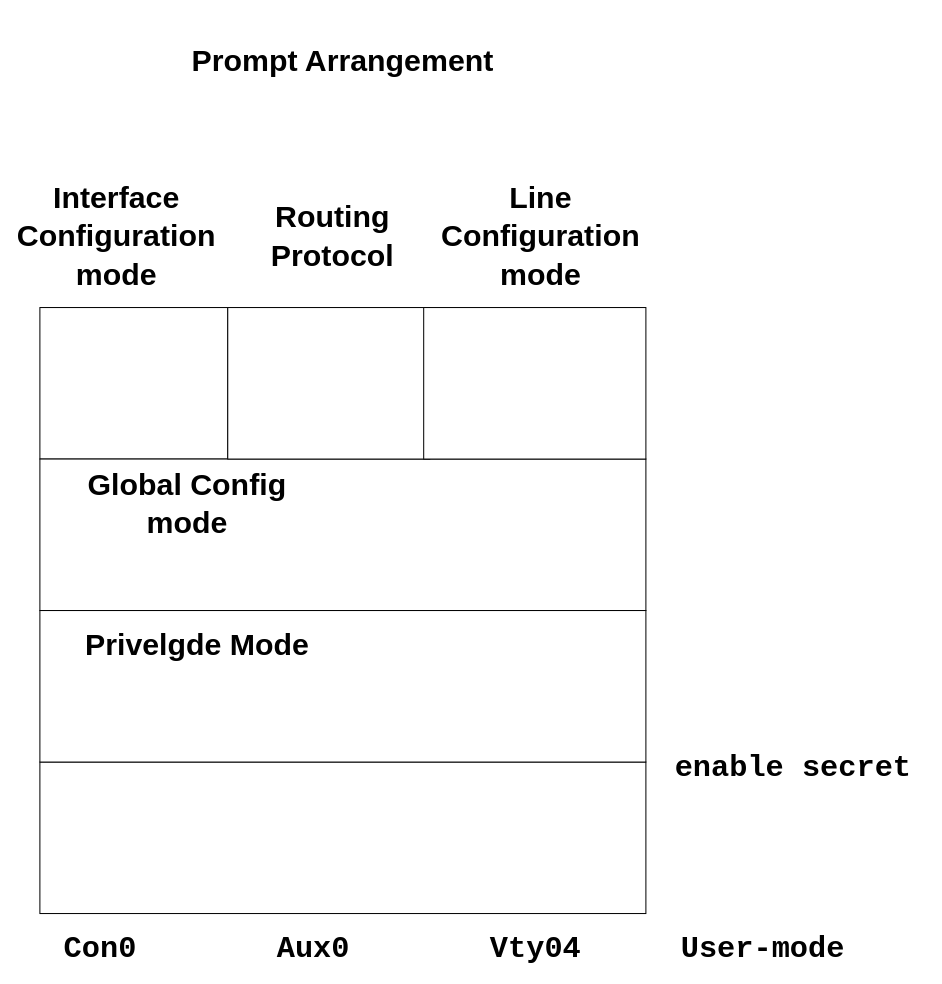
The draw.io diagram page "Page-4" (4 of 4) of fcn-docs/day5/day5.drawio in utkarshpratap2002/learnedinDITISS, before the edit. Source tidied: cells renumbered, new cells numbered last; positions are measured from the earlier drawing's top-left corner, leaving out a move shared by most shapes. Both pictures are drawn from the tidied source at 101%, with x=0, y=0 at pixel (25, 44).
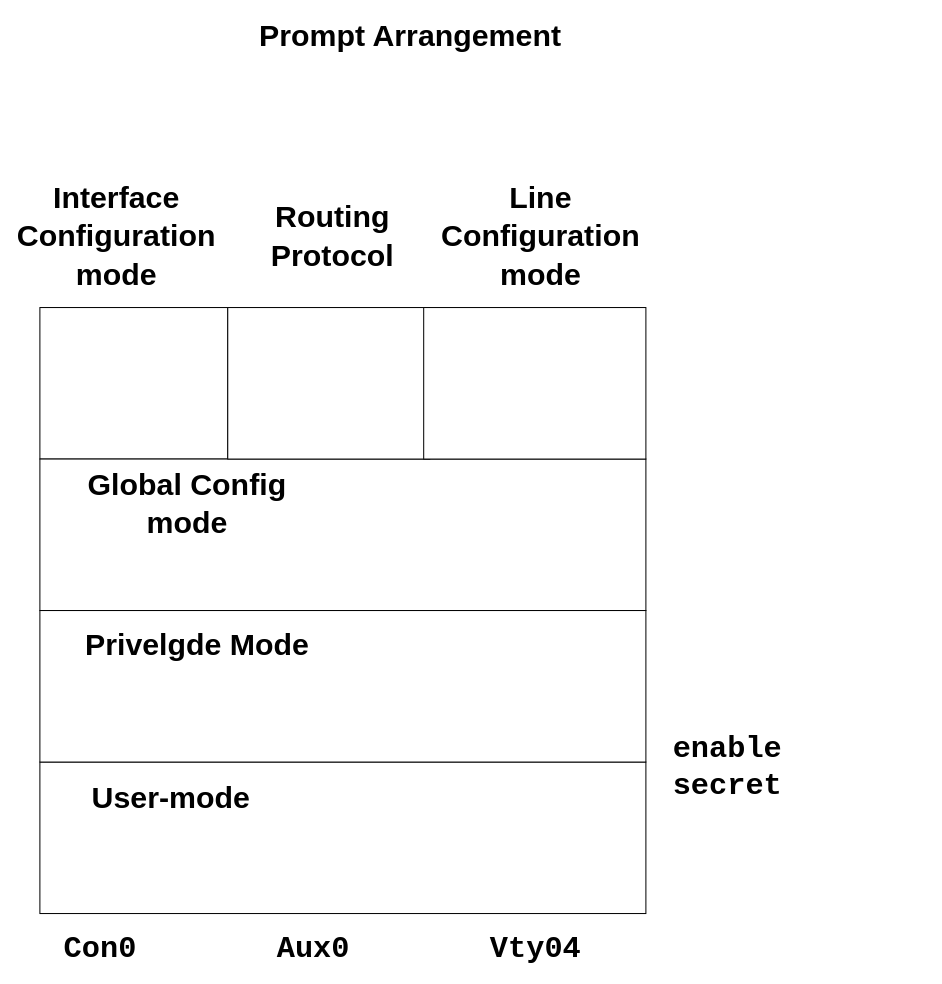
The same page after the edit.

Diff of the diagram source:
```diff
@@
 <mxGraphModel>
   <root>
     <mxCell id="0" />
     <mxCell id="1" parent="0" />
     <mxCell id="2" value="Prompt Arrangement" style="text;strokeColor=none;align=center;fillColor=none;html=1;verticalAlign=middle;whiteSpace=wrap;rounded=0;labelBackgroundColor=default;fontSize=30;fontStyle=1;" parent="1" vertex="1">
-      <mxGeometry x="119" width="390" height="30" as="geometry" />
+      <mxGeometry x="186" y="-24" width="390" height="30" as="geometry" />
     </mxCell>
     <mxCell id="3" style="whiteSpace=wrap;html=1;labelBackgroundColor=default;fontSize=30;" parent="1" vertex="1">
       <mxGeometry x="14" y="710" width="600" height="150" as="geometry" />
     </mxCell>
     <mxCell id="4" style="whiteSpace=wrap;html=1;labelBackgroundColor=default;fontSize=30;" parent="1" vertex="1">
       <mxGeometry x="14" y="260" width="186" height="150" as="geometry" />
     </mxCell>
     <mxCell id="5" style="whiteSpace=wrap;html=1;labelBackgroundColor=default;fontSize=30;" parent="1" vertex="1">
       <mxGeometry x="14" y="410" width="600" height="150" as="geometry" />
     </mxCell>
     <mxCell id="6" style="whiteSpace=wrap;html=1;labelBackgroundColor=default;fontSize=30;" parent="1" vertex="1">
       <mxGeometry x="14" y="560" width="600" height="150" as="geometry" />
     </mxCell>
     <mxCell id="7" style="whiteSpace=wrap;html=1;labelBackgroundColor=default;fontSize=30;" parent="1" vertex="1">
       <mxGeometry x="200" y="260" width="200" height="150" as="geometry" />
     </mxCell>
     <mxCell id="8" style="whiteSpace=wrap;html=1;labelBackgroundColor=default;fontSize=30;" parent="1" vertex="1">
       <mxGeometry x="394" y="260" width="220" height="150" as="geometry" />
     </mxCell>
     <mxCell id="9" value="enable secret" style="text;strokeColor=none;align=center;fillColor=none;html=1;verticalAlign=middle;whiteSpace=wrap;rounded=0;labelBackgroundColor=default;fontSize=30;fontFamily=Courier New;fontStyle=1;" parent="1" vertex="1">
-      <mxGeometry x="630" y="700" width="260" height="30" as="geometry" />
+      <mxGeometry x="630" y="700" width="130" height="30" as="geometry" />
     </mxCell>
-    <mxCell id="10" value="User-mode" style="text;strokeColor=none;align=center;fillColor=none;html=1;verticalAlign=middle;whiteSpace=wrap;rounded=0;labelBackgroundColor=default;fontSize=30;fontFamily=Courier New;fontStyle=1;" parent="1" vertex="1">
-      <mxGeometry x="600" y="880" width="260" height="30" as="geometry" />
+    <mxCell id="10" value="User-mode" style="text;strokeColor=none;align=center;fillColor=none;html=1;verticalAlign=middle;whiteSpace=wrap;rounded=0;labelBackgroundColor=default;fontSize=30;fontFamily=Helvetica;fontStyle=1;" parent="1" vertex="1">
+      <mxGeometry x="14" y="730" width="260" height="30" as="geometry" />
     </mxCell>
     <mxCell id="11" value="Con0" style="text;strokeColor=none;align=center;fillColor=none;html=1;verticalAlign=middle;whiteSpace=wrap;rounded=0;labelBackgroundColor=default;fontSize=30;fontFamily=Courier New;fontStyle=1;" parent="1" vertex="1">
       <mxGeometry x="14" y="880" width="120" height="30" as="geometry" />
     </mxCell>
     <mxCell id="12" value="Aux0" style="text;strokeColor=none;align=center;fillColor=none;html=1;verticalAlign=middle;whiteSpace=wrap;rounded=0;labelBackgroundColor=default;fontSize=30;fontFamily=Courier New;fontStyle=1;" parent="1" vertex="1">
       <mxGeometry x="230" y="880" width="110" height="30" as="geometry" />
     </mxCell>
     <mxCell id="13" value="Vty04" style="text;strokeColor=none;align=center;fillColor=none;html=1;verticalAlign=middle;whiteSpace=wrap;rounded=0;labelBackgroundColor=default;fontSize=30;fontFamily=Courier New;fontStyle=1;" parent="1" vertex="1">
       <mxGeometry x="400" y="880" width="210" height="30" as="geometry" />
     </mxCell>
     <mxCell id="14" value="&lt;font face=&quot;Helvetica&quot;&gt;Privelgde Mode&lt;/font&gt;" style="text;strokeColor=none;align=center;fillColor=none;html=1;verticalAlign=middle;whiteSpace=wrap;rounded=0;labelBackgroundColor=default;fontSize=30;fontFamily=Courier New;fontStyle=1;" parent="1" vertex="1">
       <mxGeometry x="40" y="580" width="260" height="30" as="geometry" />
     </mxCell>
     <mxCell id="15" value="&lt;font face=&quot;Helvetica&quot;&gt;Global Config mode&lt;/font&gt;" style="text;strokeColor=none;align=center;fillColor=none;html=1;verticalAlign=middle;whiteSpace=wrap;rounded=0;labelBackgroundColor=default;fontSize=30;fontFamily=Courier New;fontStyle=1;" parent="1" vertex="1">
       <mxGeometry x="30" y="440" width="260" height="30" as="geometry" />
     </mxCell>
     <mxCell id="16" value="&lt;font face=&quot;Helvetica&quot;&gt;Interface Configuration mode&lt;/font&gt;" style="text;strokeColor=none;align=center;fillColor=none;html=1;verticalAlign=middle;whiteSpace=wrap;rounded=0;labelBackgroundColor=default;fontSize=30;fontFamily=Courier New;fontStyle=1;" parent="1" vertex="1">
       <mxGeometry y="130" width="180" height="120" as="geometry" />
     </mxCell>
     <mxCell id="17" value="&lt;font face=&quot;Helvetica&quot;&gt;Routing Protocol&lt;/font&gt;" style="text;strokeColor=none;align=center;fillColor=none;html=1;verticalAlign=middle;whiteSpace=wrap;rounded=0;labelBackgroundColor=default;fontSize=30;fontFamily=Courier New;fontStyle=1;" parent="1" vertex="1">
       <mxGeometry x="214" y="130" width="180" height="120" as="geometry" />
     </mxCell>
     <mxCell id="18" value="&lt;font face=&quot;Helvetica&quot;&gt;Line Configuration mode&lt;/font&gt;" style="text;strokeColor=none;align=center;fillColor=none;html=1;verticalAlign=middle;whiteSpace=wrap;rounded=0;labelBackgroundColor=default;fontSize=30;fontFamily=Courier New;fontStyle=1;" parent="1" vertex="1">
       <mxGeometry x="420" y="130" width="180" height="120" as="geometry" />
     </mxCell>
   </root>
 </mxGraphModel>
```
